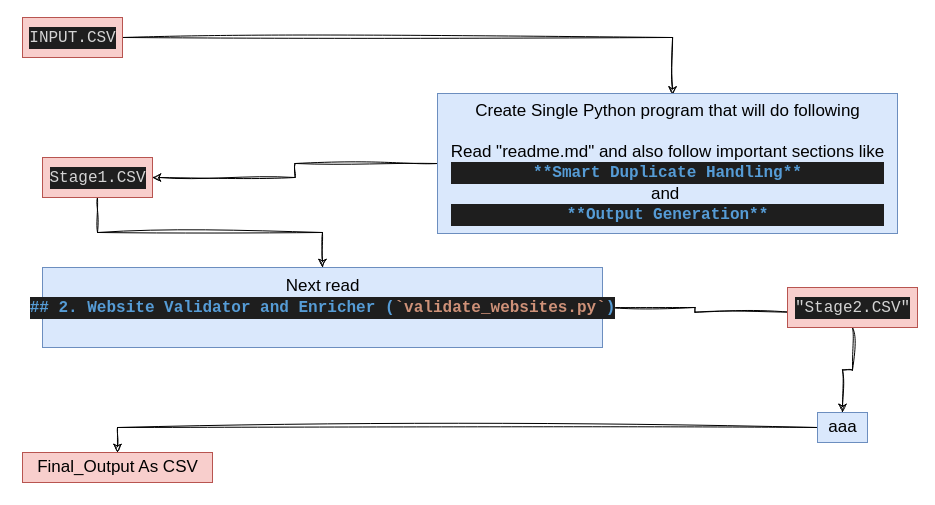
Earlier version of the draw.io diagram tryPEN-Tool.drawio (anjali52deb/draw-io). Source tidied: cells renumbered, new cells numbered last; positions are measured from the earlier drawing's top-left corner, leaving out a move shared by most shapes. Both pictures are drawn from the tidied source at 100%, with x=0, y=0 at pixel (22, 17).
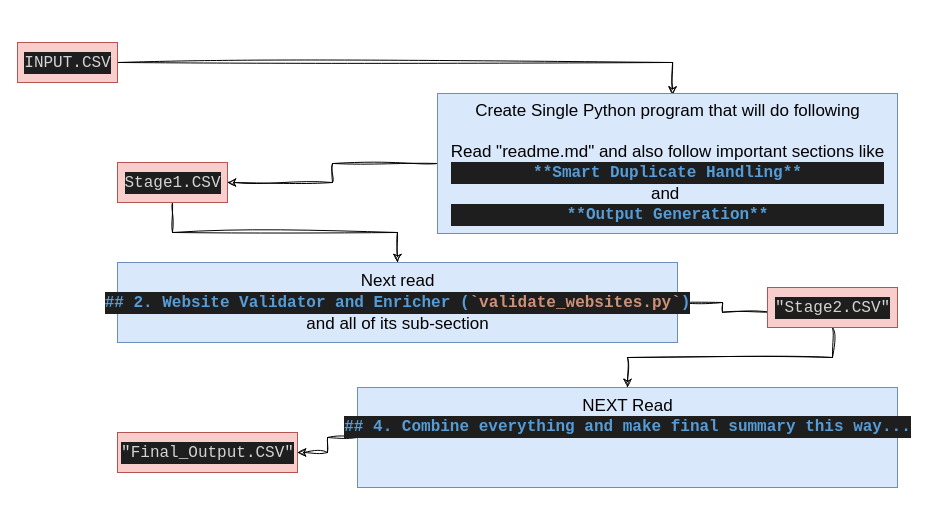
Above is the later version.

Diff of the diagram source:
```diff
@@
 <mxGraphModel>
   <root>
     <mxCell id="0" />
     <mxCell id="1" parent="0" />
     <mxCell id="2" style="edgeStyle=orthogonalEdgeStyle;rounded=0;sketch=1;hachureGap=4;jiggle=2;curveFitting=1;jettySize=auto;html=1;fontFamily=Architects Daughter;entryX=0.511;entryY=0.011;entryDx=0;entryDy=0;entryPerimeter=0;" parent="1" edge="1" source="3" target="7">
       <mxGeometry relative="1" as="geometry" />
     </mxCell>
     <mxCell id="3" value="&lt;div style=&quot;color: #d4d4d4;background-color: #1e1e1e;font-family: Consolas, 'Courier New', monospace;font-weight: normal;font-size: 16px;line-height: 22px;white-space: pre;&quot;&gt;&lt;div&gt;&lt;span style=&quot;color: #d4d4d4;&quot;&gt;INPUT.CSV&lt;/span&gt;&lt;/div&gt;&lt;/div&gt;" style="text;html=1;align=center;verticalAlign=middle;points=[];strokeColor=#b85450;fillColor=#f8cecc;fontFamily=Helvetica;fontSize=17;" parent="1" vertex="1">
-      <mxGeometry width="100" height="40" as="geometry" />
+      <mxGeometry x="-5" y="25" width="100" height="40" as="geometry" />
     </mxCell>
     <mxCell id="4" style="edgeStyle=orthogonalEdgeStyle;rounded=0;sketch=1;hachureGap=4;jiggle=2;curveFitting=1;jettySize=auto;html=1;fontFamily=Architects Daughter;" parent="1" edge="1" source="5" target="9">
       <mxGeometry relative="1" as="geometry" />
     </mxCell>
     <mxCell id="5" value="&lt;div style=&quot;color: #d4d4d4;background-color: #1e1e1e;font-family: Consolas, 'Courier New', monospace;font-weight: normal;font-size: 16px;line-height: 22px;white-space: pre;&quot;&gt;&lt;div&gt;&lt;span style=&quot;color: #d4d4d4;&quot;&gt;Stage1.CSV&lt;/span&gt;&lt;/div&gt;&lt;/div&gt;" style="text;html=1;align=center;verticalAlign=middle;points=[];strokeColor=#b85450;fillColor=#f8cecc;fontFamily=Helvetica;fontSize=17;" parent="1" vertex="1">
-      <mxGeometry x="20" y="140" width="110" height="40" as="geometry" />
+      <mxGeometry x="95" y="145" width="110" height="40" as="geometry" />
     </mxCell>
     <mxCell id="6" style="edgeStyle=orthogonalEdgeStyle;rounded=0;sketch=1;hachureGap=4;jiggle=2;curveFitting=1;jettySize=auto;html=1;fontFamily=Architects Daughter;" parent="1" edge="1" source="7" target="5">
       <mxGeometry relative="1" as="geometry" />
     </mxCell>
     <mxCell id="7" value="&lt;div&gt;Create Single Python program that will do following&lt;/div&gt;&lt;div&gt;&lt;br&gt;&lt;/div&gt;&lt;div&gt;Read &quot;readme.md&quot; and also follow important sections like&lt;div style=&quot;color: rgb(212, 212, 212); background-color: rgb(30, 30, 30); font-family: Consolas, &amp;quot;Courier New&amp;quot;, monospace; font-weight: normal; font-size: 16px; line-height: 22px; white-space: pre;&quot;&gt;&lt;div&gt;&lt;span style=&quot;color: rgb(86, 156, 214); font-weight: bold;&quot;&gt;**Smart Duplicate Handling**&lt;/span&gt;&lt;/div&gt;&lt;/div&gt;and&amp;nbsp;&lt;/div&gt;&lt;div&gt;&lt;div style=&quot;color: rgb(212, 212, 212); background-color: rgb(30, 30, 30); font-family: Consolas, &amp;quot;Courier New&amp;quot;, monospace; font-weight: normal; font-size: 16px; line-height: 22px; white-space: pre;&quot;&gt;&lt;div&gt;&lt;span style=&quot;color: rgb(86, 156, 214); font-weight: bold;&quot;&gt;**Output Generation**&lt;/span&gt;&lt;/div&gt;&lt;/div&gt;&lt;/div&gt;" style="text;html=1;align=center;verticalAlign=middle;points=[];strokeColor=#6c8ebf;fillColor=#dae8fc;fontFamily=Helvetica;fontSize=17;" parent="1" vertex="1">
       <mxGeometry x="415" y="76" width="460" height="140" as="geometry" />
     </mxCell>
     <mxCell id="8" style="edgeStyle=orthogonalEdgeStyle;rounded=0;sketch=1;hachureGap=4;jiggle=2;curveFitting=1;jettySize=auto;html=1;fontFamily=Architects Daughter;entryX=0.071;entryY=0.617;entryDx=0;entryDy=0;entryPerimeter=0;" parent="1" edge="1" source="9" target="11">
       <mxGeometry relative="1" as="geometry" />
     </mxCell>
-    <mxCell id="9" value="&lt;div&gt;Next read &lt;br&gt;&lt;/div&gt;&lt;div&gt;&lt;div style=&quot;color: #d4d4d4;background-color: #1e1e1e;font-family: Consolas, 'Courier New', monospace;font-weight: normal;font-size: 16px;line-height: 22px;white-space: pre;&quot;&gt;&lt;div&gt;&lt;span style=&quot;color: #569cd6;font-weight: bold;&quot;&gt;## 2. Website Validator and Enricher (&lt;/span&gt;&lt;span style=&quot;color: #ce9178;font-weight: bold;&quot;&gt;`validate_websites.py`&lt;/span&gt;&lt;span style=&quot;color: #569cd6;font-weight: bold;&quot;&gt;)&lt;/span&gt;&lt;/div&gt;&lt;/div&gt;&lt;br&gt;&lt;/div&gt;" style="text;html=1;align=center;verticalAlign=middle;points=[];strokeColor=#6c8ebf;fillColor=#dae8fc;fontFamily=Helvetica;fontSize=17;" parent="1" vertex="1">
-      <mxGeometry x="20" y="250" width="560" height="80" as="geometry" />
+    <mxCell id="9" value="&lt;div&gt;Next read &lt;br&gt;&lt;/div&gt;&lt;div&gt;&lt;div style=&quot;color: rgb(212, 212, 212); background-color: rgb(30, 30, 30); font-family: Consolas, &amp;quot;Courier New&amp;quot;, monospace; font-weight: normal; font-size: 16px; line-height: 22px; white-space: pre;&quot;&gt;&lt;div&gt;&lt;span style=&quot;color: rgb(86, 156, 214); font-weight: bold;&quot;&gt;## 2. Website Validator and Enricher (&lt;/span&gt;&lt;span style=&quot;color: rgb(206, 145, 120); font-weight: bold;&quot;&gt;`validate_websites.py`&lt;/span&gt;&lt;span style=&quot;color: rgb(86, 156, 214); font-weight: bold;&quot;&gt;)&lt;/span&gt;&lt;/div&gt;&lt;/div&gt;and all of its sub-section&lt;/div&gt;" style="text;html=1;align=center;verticalAlign=middle;points=[];strokeColor=#6c8ebf;fillColor=#dae8fc;fontFamily=Helvetica;fontSize=17;" parent="1" vertex="1">
+      <mxGeometry x="95" y="245" width="560" height="80" as="geometry" />
     </mxCell>
     <mxCell id="10" style="edgeStyle=orthogonalEdgeStyle;rounded=0;sketch=1;hachureGap=4;jiggle=2;curveFitting=1;jettySize=auto;html=1;fontFamily=Architects Daughter;" parent="1" edge="1" source="11" target="13">
       <mxGeometry relative="1" as="geometry" />
     </mxCell>
     <mxCell id="11" value="&lt;div style=&quot;color: #d4d4d4;background-color: #1e1e1e;font-family: Consolas, 'Courier New', monospace;font-weight: normal;font-size: 16px;line-height: 22px;white-space: pre;&quot;&gt;&lt;div&gt;&lt;span style=&quot;color: #d4d4d4;&quot;&gt;&quot;Stage2.CSV&quot;&lt;/span&gt;&lt;/div&gt;&lt;/div&gt;" style="text;html=1;align=center;verticalAlign=middle;points=[];strokeColor=#b85450;fillColor=#f8cecc;fontFamily=Helvetica;fontSize=17;" parent="1" vertex="1">
-      <mxGeometry x="765" y="270" width="130" height="40" as="geometry" />
+      <mxGeometry x="745" y="270" width="130" height="40" as="geometry" />
     </mxCell>
     <mxCell id="12" style="edgeStyle=orthogonalEdgeStyle;rounded=0;sketch=1;hachureGap=4;jiggle=2;curveFitting=1;jettySize=auto;html=1;fontFamily=Architects Daughter;" parent="1" edge="1" source="13" target="14">
       <mxGeometry relative="1" as="geometry" />
     </mxCell>
-    <mxCell id="13" value="aaa" style="text;html=1;align=center;verticalAlign=middle;points=[];strokeColor=#6c8ebf;fillColor=#dae8fc;fontFamily=Helvetica;fontSize=17;" parent="1" vertex="1">
-      <mxGeometry x="795" y="395" width="50" height="30" as="geometry" />
+    <mxCell id="13" value="NEXT Read &lt;br&gt;&lt;div&gt;&lt;div style=&quot;color: #d4d4d4;background-color: #1e1e1e;font-family: Consolas, 'Courier New', monospace;font-weight: normal;font-size: 16px;line-height: 22px;white-space: pre;&quot;&gt;&lt;div&gt;&lt;span style=&quot;color: #569cd6;font-weight: bold;&quot;&gt;## 4. Combine everything and make final summary this way...&lt;/span&gt;&lt;/div&gt;&lt;/div&gt;&lt;/div&gt;&lt;div&gt;&lt;br&gt;&lt;/div&gt;&lt;div&gt;&lt;br&gt;&lt;/div&gt;" style="text;html=1;align=center;verticalAlign=middle;points=[];strokeColor=#6c8ebf;fillColor=#dae8fc;fontFamily=Helvetica;fontSize=17;" parent="1" vertex="1">
+      <mxGeometry x="335" y="370" width="540" height="100" as="geometry" />
     </mxCell>
-    <mxCell id="14" value="Final_Output As CSV" style="text;html=1;align=center;verticalAlign=middle;points=[];strokeColor=#b85450;fillColor=#f8cecc;fontFamily=Helvetica;fontSize=17;" parent="1" vertex="1">
-      <mxGeometry y="435" width="190" height="30" as="geometry" />
+    <mxCell id="14" value="&lt;div style=&quot;color: #d4d4d4;background-color: #1e1e1e;font-family: Consolas, 'Courier New', monospace;font-weight: normal;font-size: 16px;line-height: 22px;white-space: pre;&quot;&gt;&lt;div&gt;&lt;span style=&quot;color: #d4d4d4;&quot;&gt;&quot;Final_Output.CSV&quot;&lt;/span&gt;&lt;/div&gt;&lt;/div&gt;" style="text;html=1;align=center;verticalAlign=middle;points=[];strokeColor=#b85450;fillColor=#f8cecc;fontFamily=Helvetica;fontSize=17;" parent="1" vertex="1">
+      <mxGeometry x="95" y="415" width="180" height="40" as="geometry" />
     </mxCell>
   </root>
 </mxGraphModel>
```
